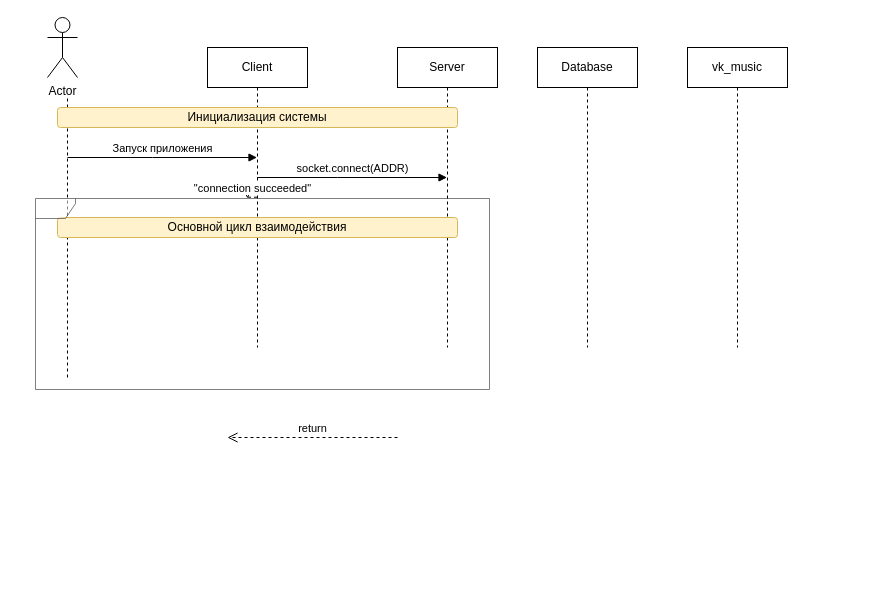
Before: Диаграмма без названия.drawio in ViktorM98/malygin_testovoye, a draw.io diagram. Source tidied: cells renumbered, new cells numbered last; positions are measured from the earlier drawing's top-left corner, leaving out a move shared by most shapes. Both pictures are drawn from the tidied source at 100%, with x=0, y=0 at pixel (35, 17).
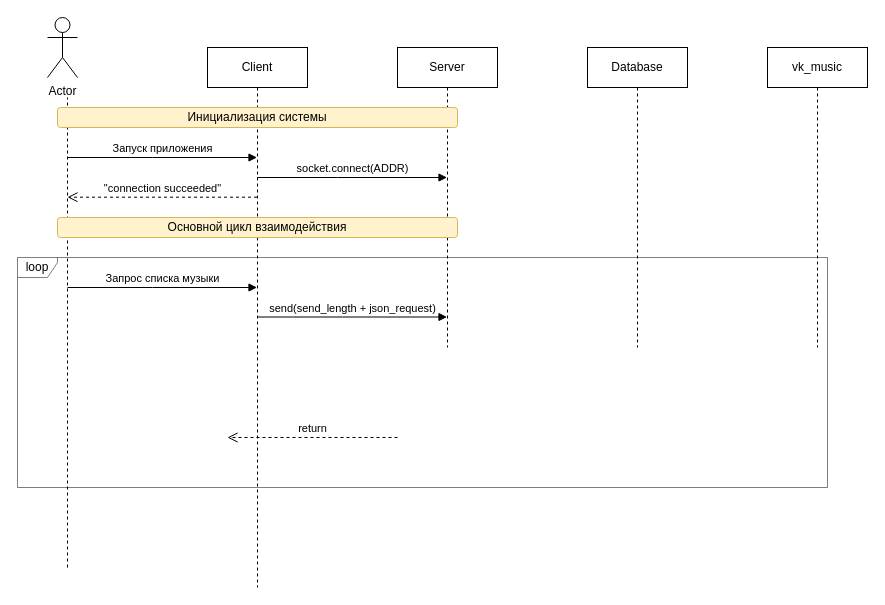
Above is the later version.

The edit, as a diff of the source:
```diff
@@
     <mxCell id="2" value="Client" style="shape=umlLifeline;perimeter=lifelinePerimeter;whiteSpace=wrap;html=1;newEdgeStyle={&quot;edgeStyle&quot;:&quot;elbowEdgeStyle&quot;,&quot;elbow&quot;:&quot;vertical&quot;,&quot;curved&quot;:0,&quot;rounded&quot;:0};" parent="1" vertex="1">
-      <mxGeometry x="172" y="30" width="100" height="300" as="geometry" />
+      <mxGeometry x="172" y="30" width="100" height="540" as="geometry" />
     </mxCell>
@@
-    <mxCell id="7" value="&quot;connection succeeded&quot;" style="html=1;verticalAlign=bottom;endArrow=open;dashed=1;endSize=8;edgeStyle=elbowEdgeStyle;elbow=vertical;curved=0;rounded=0;" parent="1" edge="1" target="14">
+    <mxCell id="7" value="&quot;connection succeeded&quot;" style="html=1;verticalAlign=bottom;endArrow=open;dashed=1;endSize=8;edgeStyle=elbowEdgeStyle;elbow=vertical;curved=0;rounded=0;" parent="1" edge="1">
       <mxGeometry relative="1" as="geometry">
         <mxPoint x="221.5" y="179.7" as="sourcePoint" />
+        <mxPoint x="32" y="180" as="targetPoint" />
         <Array as="points">
           <mxPoint x="212" y="179.7" />
         </Array>
       </mxGeometry>
     </mxCell>
@@
     <mxCell id="9" value="Database" style="shape=umlLifeline;perimeter=lifelinePerimeter;whiteSpace=wrap;html=1;newEdgeStyle={&quot;edgeStyle&quot;:&quot;elbowEdgeStyle&quot;,&quot;elbow&quot;:&quot;vertical&quot;,&quot;curved&quot;:0,&quot;rounded&quot;:0};" parent="1" vertex="1">
-      <mxGeometry x="502" y="30" width="100" height="300" as="geometry" />
+      <mxGeometry x="552" y="30" width="100" height="300" as="geometry" />
     </mxCell>
     <mxCell id="10" value="vk_music" style="shape=umlLifeline;perimeter=lifelinePerimeter;whiteSpace=wrap;html=1;newEdgeStyle={&quot;edgeStyle&quot;:&quot;elbowEdgeStyle&quot;,&quot;elbow&quot;:&quot;vertical&quot;,&quot;curved&quot;:0,&quot;rounded&quot;:0};" parent="1" vertex="1">
-      <mxGeometry x="652" y="30" width="100" height="300" as="geometry" />
+      <mxGeometry x="732" y="30" width="100" height="300" as="geometry" />
     </mxCell>
     <mxCell id="11" style="endArrow=none;dashed=1;html=1;rounded=0;" parent="1" edge="1">
       <mxGeometry relative="1" as="geometry">
-        <mxPoint x="32" y="360" as="sourcePoint" />
+        <mxPoint x="32" y="550" as="sourcePoint" />
         <mxPoint x="32" y="80" as="targetPoint" />
       </mxGeometry>
     </mxCell>
@@
-    <mxCell id="14" value="&lt;br&gt;&lt;div&gt;&lt;br&gt;&lt;/div&gt;" style="shape=umlFrame;whiteSpace=wrap;html=1;width=40;height=20;fillOpacity=50;strokeOpacity=50;miterlimit=2;noLabel=0;fixDash=0;" parent="1" vertex="1">
-      <mxGeometry y="181" width="454" height="191" as="geometry" />
+    <mxCell id="14" value="loop" style="shape=umlFrame;whiteSpace=wrap;html=1;width=40;height=20;fillOpacity=50;strokeOpacity=50;miterlimit=2;noLabel=0;fixDash=0;" parent="1" vertex="1">
+      <mxGeometry x="-18" y="240" width="810" height="230" as="geometry" />
     </mxCell>
+    <mxCell id="15" value="send(send_length + json_request)" style="html=1;verticalAlign=bottom;endArrow=block;edgeStyle=elbowEdgeStyle;elbow=vertical;curved=0;rounded=0;" parent="1" edge="1">
+      <mxGeometry relative="1" as="geometry">
+        <mxPoint x="222" y="299.5" as="sourcePoint" />
+        <mxPoint x="411.5" y="299.5" as="targetPoint" />
+        <Array as="points">
+          <mxPoint x="307" y="299.5" />
+        </Array>
+      </mxGeometry>
+    </mxCell>
+    <mxCell id="16" value="Запрос списка музыки" style="html=1;verticalAlign=bottom;endArrow=block;edgeStyle=elbowEdgeStyle;elbow=vertical;curved=0;rounded=0;" parent="1" edge="1">
+      <mxGeometry relative="1" as="geometry">
+        <mxPoint x="32" y="270" as="sourcePoint" />
+        <mxPoint x="221.5" y="270" as="targetPoint" />
+        <Array as="points">
+          <mxPoint x="117" y="270" />
+        </Array>
+      </mxGeometry>
+    </mxCell>
```
